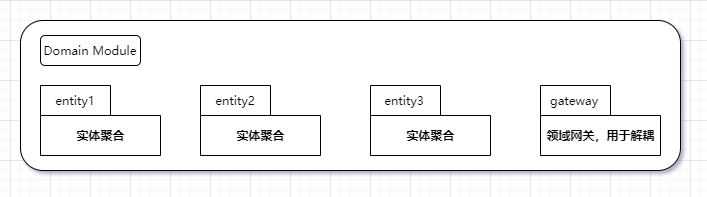
This is doc/image/witboot-domain.png from sunxiaozhi/WitBoot, a draw.io export, as it was before one commit. Source tidied: cells renumbered, new cells last; positions are measured from the earlier drawing's top-left corner, leaving out a move shared by most shapes.
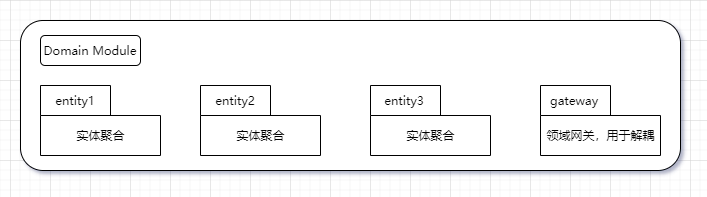
The same diagram one commit later.

The edit, as a diff of the source:
```diff
@@ -2,40 +2,40 @@
   <root>
     <mxCell id="0" />
     <mxCell id="1" parent="0" />
-    <mxCell id="2" style="rounded=1;whiteSpace=wrap;html=1;fontFamily=SourceCodePro-Medium;" parent="1" vertex="1">
+    <mxCell id="2" style="rounded=1;whiteSpace=wrap;html=1;fontFamily=SourceCodePro-Medium;fontStyle=0;" parent="1" vertex="1">
       <mxGeometry width="660" height="150" as="geometry" />
     </mxCell>
-    <mxCell id="3" value="实体聚合" style="shape=folder;fontStyle=1;tabWidth=70;tabHeight=30;tabPosition=left;html=1;boundedLbl=1;fontFamily=SourceCodePro-Medium;" parent="1" vertex="1">
+    <mxCell id="3" value="实体聚合" style="shape=folder;fontStyle=0;tabWidth=70;tabHeight=30;tabPosition=left;html=1;boundedLbl=1;fontFamily=SourceCodePro-Medium;" parent="1" vertex="1">
       <mxGeometry x="20" y="65" width="120" height="70" as="geometry" />
     </mxCell>
-    <mxCell id="4" value="Domain Module" style="rounded=1;whiteSpace=wrap;html=1;fontFamily=SourceCodePro-Medium;" parent="1" vertex="1">
+    <mxCell id="4" value="Domain Module" style="rounded=1;whiteSpace=wrap;html=1;fontFamily=SourceCodePro-Medium;fontStyle=0;" parent="1" vertex="1">
       <mxGeometry x="20" y="15" width="100" height="30" as="geometry" />
     </mxCell>
-    <mxCell id="5" value="实体聚合" style="shape=folder;fontStyle=1;tabWidth=70;tabHeight=30;tabPosition=left;html=1;boundedLbl=1;fontFamily=SourceCodePro-Medium;" parent="1" vertex="1">
+    <mxCell id="5" value="实体聚合" style="shape=folder;fontStyle=0;tabWidth=70;tabHeight=30;tabPosition=left;html=1;boundedLbl=1;fontFamily=SourceCodePro-Medium;" parent="1" vertex="1">
       <mxGeometry x="180" y="65" width="120" height="70" as="geometry" />
     </mxCell>
-    <mxCell id="6" value="entity1" style="text;html=1;strokeColor=none;fillColor=none;align=center;verticalAlign=middle;whiteSpace=wrap;rounded=0;fontFamily=SourceCodePro-Medium;" parent="1" vertex="1">
+    <mxCell id="6" value="entity1" style="text;html=1;strokeColor=none;fillColor=none;align=center;verticalAlign=middle;whiteSpace=wrap;rounded=0;fontFamily=SourceCodePro-Medium;fontStyle=0;" parent="1" vertex="1">
       <mxGeometry x="35" y="70" width="40" height="20" as="geometry" />
     </mxCell>
-    <mxCell id="7" style="edgeStyle=orthogonalEdgeStyle;rounded=0;orthogonalLoop=1;jettySize=auto;html=1;exitX=0.5;exitY=1;exitDx=0;exitDy=0;fontFamily=SourceCodePro-Medium;" parent="1" edge="1">
+    <mxCell id="7" style="edgeStyle=orthogonalEdgeStyle;rounded=0;orthogonalLoop=1;jettySize=auto;html=1;exitX=0.5;exitY=1;exitDx=0;exitDy=0;fontFamily=SourceCodePro-Medium;fontStyle=0;" parent="1" edge="1">
       <mxGeometry relative="1" as="geometry">
         <mxPoint x="50" y="109" as="sourcePoint" />
         <mxPoint x="50" y="109" as="targetPoint" />
       </mxGeometry>
     </mxCell>
-    <mxCell id="8" value="领域网关，用于解耦" style="shape=folder;fontStyle=1;tabWidth=70;tabHeight=30;tabPosition=left;html=1;boundedLbl=1;fontFamily=SourceCodePro-Medium;" parent="1" vertex="1">
+    <mxCell id="8" value="领域网关，用于解耦" style="shape=folder;fontStyle=0;tabWidth=70;tabHeight=30;tabPosition=left;html=1;boundedLbl=1;fontFamily=SourceCodePro-Medium;" parent="1" vertex="1">
       <mxGeometry x="520" y="65" width="120" height="70" as="geometry" />
     </mxCell>
-    <mxCell id="9" value="实体聚合" style="shape=folder;fontStyle=1;tabWidth=70;tabHeight=30;tabPosition=left;html=1;boundedLbl=1;fontFamily=SourceCodePro-Medium;" parent="1" vertex="1">
+    <mxCell id="9" value="实体聚合" style="shape=folder;fontStyle=0;tabWidth=70;tabHeight=30;tabPosition=left;html=1;boundedLbl=1;fontFamily=SourceCodePro-Medium;" parent="1" vertex="1">
       <mxGeometry x="350" y="65" width="120" height="70" as="geometry" />
     </mxCell>
-    <mxCell id="10" value="entity2" style="text;html=1;strokeColor=none;fillColor=none;align=center;verticalAlign=middle;whiteSpace=wrap;rounded=0;fontFamily=SourceCodePro-Medium;" parent="1" vertex="1">
+    <mxCell id="10" value="entity2" style="text;html=1;strokeColor=none;fillColor=none;align=center;verticalAlign=middle;whiteSpace=wrap;rounded=0;fontFamily=SourceCodePro-Medium;fontStyle=0;" parent="1" vertex="1">
       <mxGeometry x="195" y="70" width="40" height="20" as="geometry" />
     </mxCell>
-    <mxCell id="11" value="gateway" style="text;html=1;strokeColor=none;fillColor=none;align=center;verticalAlign=middle;whiteSpace=wrap;rounded=0;fontFamily=SourceCodePro-Medium;" parent="1" vertex="1">
+    <mxCell id="11" value="gateway" style="text;html=1;strokeColor=none;fillColor=none;align=center;verticalAlign=middle;whiteSpace=wrap;rounded=0;fontFamily=SourceCodePro-Medium;fontStyle=0;" parent="1" vertex="1">
       <mxGeometry x="534" y="70" width="40" height="20" as="geometry" />
     </mxCell>
-    <mxCell id="12" value="entity3" style="text;html=1;strokeColor=none;fillColor=none;align=center;verticalAlign=middle;whiteSpace=wrap;rounded=0;fontFamily=SourceCodePro-Medium;" parent="1" vertex="1">
+    <mxCell id="12" value="entity3" style="text;html=1;strokeColor=none;fillColor=none;align=center;verticalAlign=middle;whiteSpace=wrap;rounded=0;fontFamily=SourceCodePro-Medium;fontStyle=0;" parent="1" vertex="1">
       <mxGeometry x="363.5" y="70" width="40" height="20" as="geometry" />
     </mxCell>
   </root>
```
